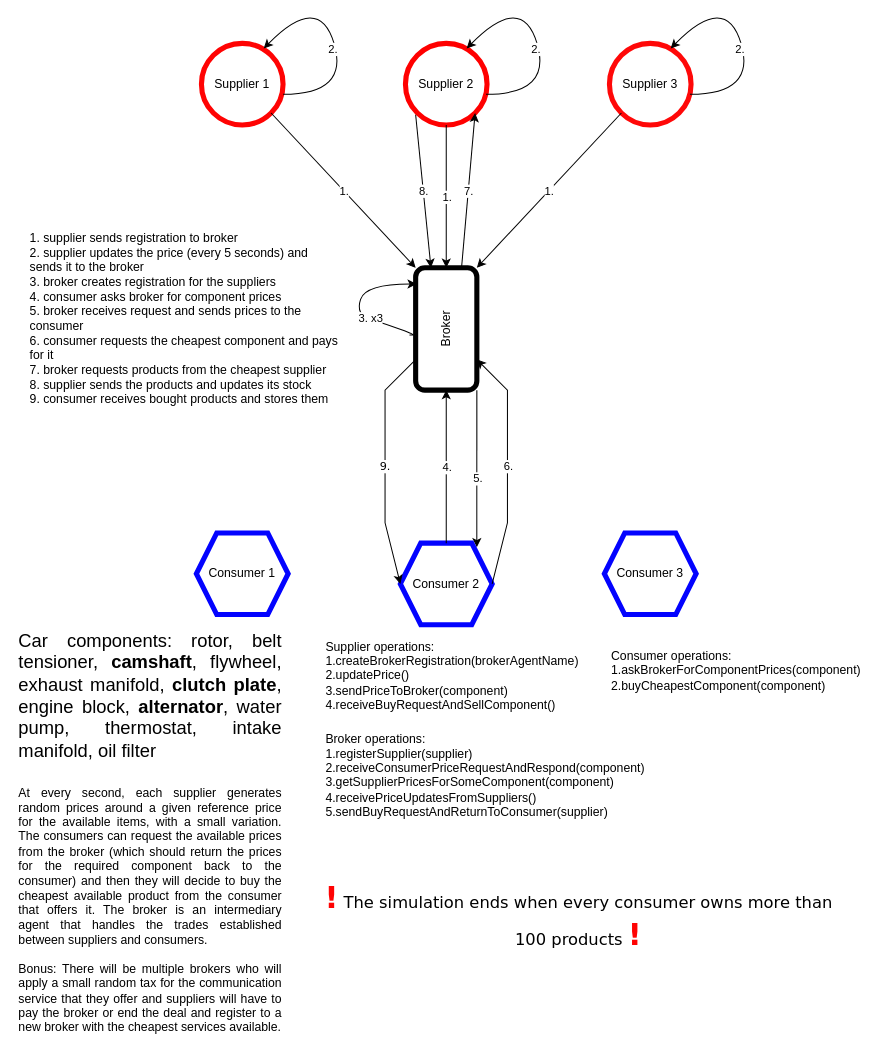
The draw.io diagram Diagrams/diagram.drawio in EndlessRecurrence/Ultraoriginal-Car-Components-Market-Simulation, before the edit. Source tidied: cells renumbered, new cells numbered last; positions are measured from the earlier drawing's top-left corner, leaving out a move shared by most shapes. Both pictures are drawn from the tidied source at 102%, with x=0, y=0 at pixel (17, -8).
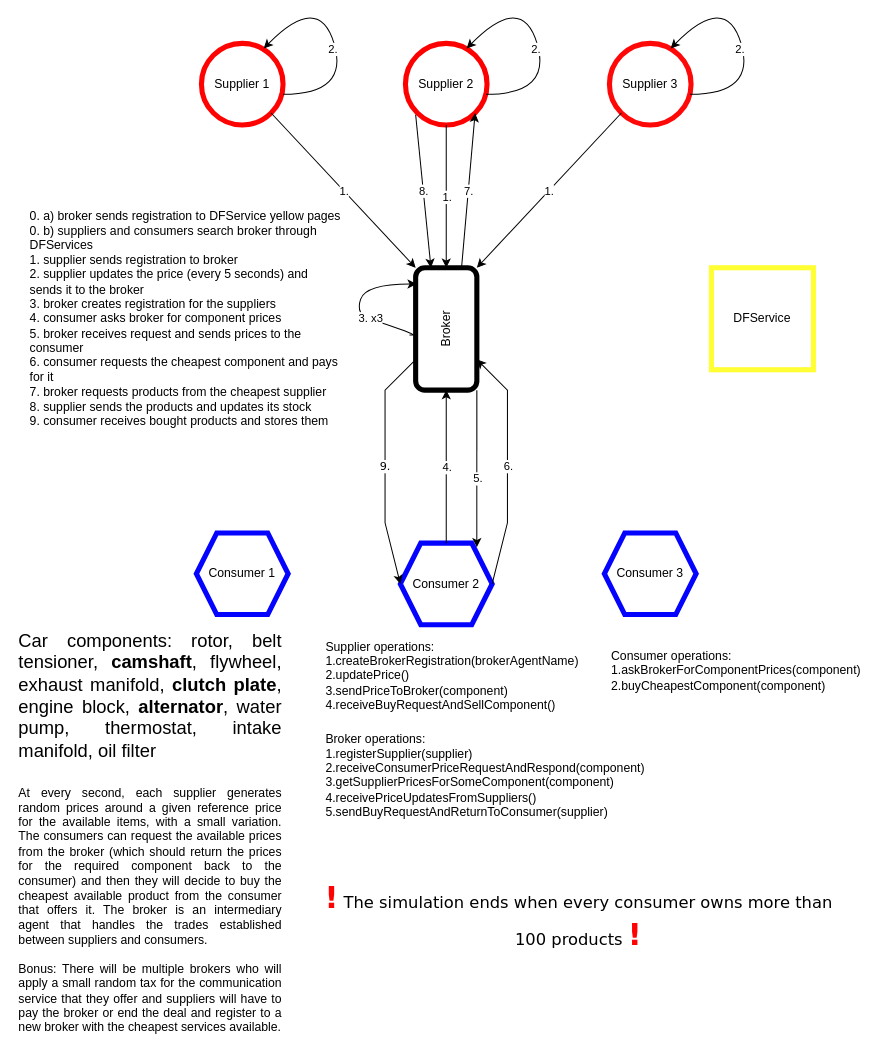
The same page after the edit.

Commit message (it also covers changes not shown here):
Search registered brokers in yellow pages

The edit, as a diff of the source:
```diff
@@
-    <mxCell id="22" value="&lt;div align=&quot;left&quot;&gt;1. supplier sends registration to broker&lt;br&gt;&lt;/div&gt;&lt;div&gt;2. supplier updates the price (every 5 seconds) and sends it to the broker&lt;br&gt;&lt;/div&gt;&lt;div&gt;3. broker creates registration for the suppliers&lt;br&gt;&lt;/div&gt;&lt;div&gt;4. consumer asks broker for component prices&lt;/div&gt;&lt;div&gt;5. broker receives request and sends prices to the consumer&lt;/div&gt;&lt;div&gt;6. consumer requests the cheapest component and pays for it&lt;br&gt;&lt;/div&gt;&lt;div&gt;7. broker requests products from the cheapest supplier&lt;br&gt;&lt;/div&gt;&lt;div&gt;8. supplier sends the products and updates its stock&lt;/div&gt;&lt;div&gt;9. consumer receives bought products and stores them&lt;br&gt;&lt;/div&gt;" style="text;strokeColor=none;align=left;fillColor=none;html=1;verticalAlign=middle;whiteSpace=wrap;rounded=0;" parent="1" vertex="1">
+    <mxCell id="22" value="&lt;div align=&quot;left&quot;&gt;0. a) broker sends registration to DFService yellow pages&lt;br&gt;&lt;/div&gt;&lt;div align=&quot;left&quot;&gt;0. b) suppliers and consumers search broker through DFServices&lt;br&gt;&lt;/div&gt;&lt;div align=&quot;left&quot;&gt;1. supplier sends registration to broker&lt;br&gt;&lt;/div&gt;&lt;div&gt;2. supplier updates the price (every 5 seconds) and sends it to the broker&lt;br&gt;&lt;/div&gt;&lt;div&gt;3. broker creates registration for the suppliers&lt;br&gt;&lt;/div&gt;&lt;div&gt;4. consumer asks broker for component prices&lt;/div&gt;&lt;div&gt;5. broker receives request and sends prices to the consumer&lt;/div&gt;&lt;div&gt;6. consumer requests the cheapest component and pays for it&lt;br&gt;&lt;/div&gt;&lt;div&gt;7. broker requests products from the cheapest supplier&lt;br&gt;&lt;/div&gt;&lt;div&gt;8. supplier sends the products and updates its stock&lt;/div&gt;&lt;div&gt;9. consumer receives bought products and stores them&lt;br&gt;&lt;/div&gt;" style="text;strokeColor=none;align=left;fillColor=none;html=1;verticalAlign=middle;whiteSpace=wrap;rounded=0;" parent="1" vertex="1">
       <mxGeometry x="10" y="260" width="310" height="120" as="geometry" />
     </mxCell>
@@
+    <mxCell id="38" value="&lt;div&gt;DFService&lt;/div&gt;" style="whiteSpace=wrap;html=1;strokeWidth=5;strokeColor=#FFFF33;" parent="1" vertex="1">
+      <mxGeometry x="680" y="270" width="100" height="100" as="geometry" />
+    </mxCell>
```
